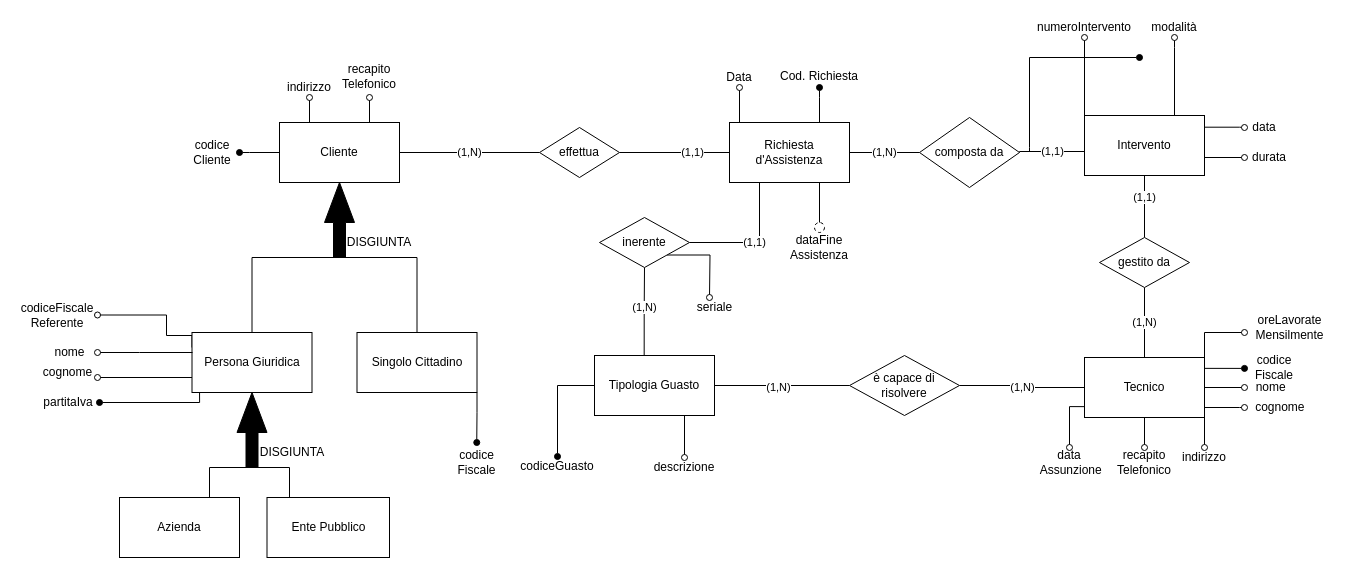
Before: Definitivo.drawio in GiovanniRaseraF/ProgettoBasiDiDatiLaboratorio, a draw.io diagram. Source tidied: cells renumbered, new cells numbered last; positions are measured from the earlier drawing's top-left corner, leaving out a move shared by most shapes. Both pictures are drawn from the tidied source at 100%, with x=0, y=0 at pixel (17, 17).
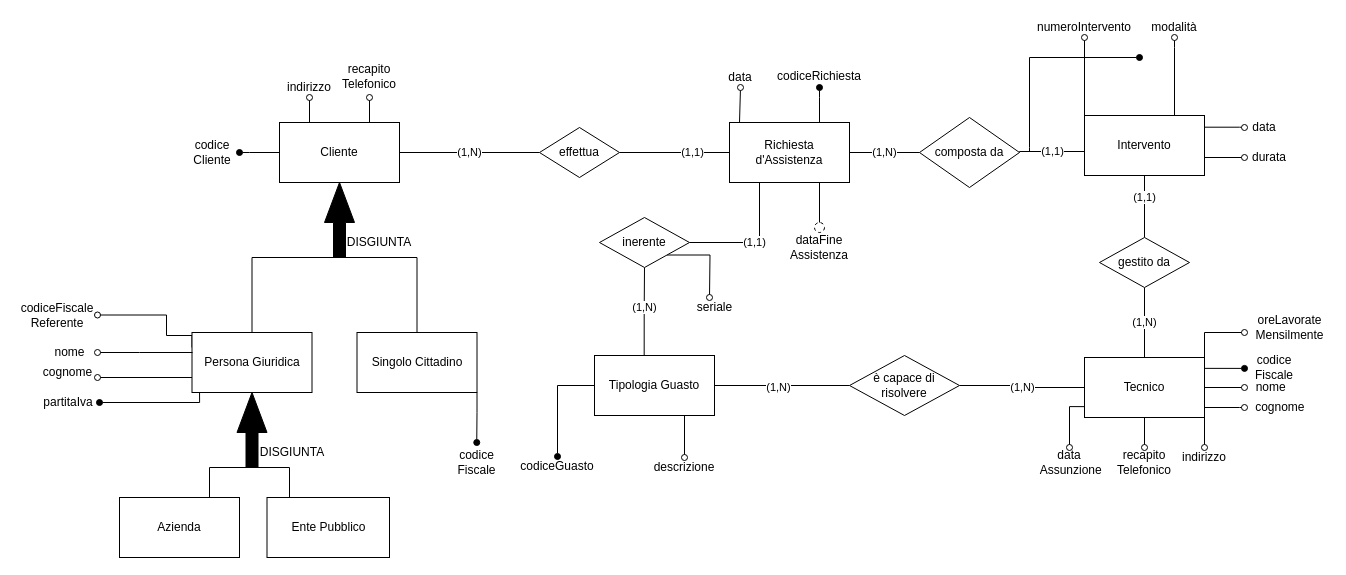
Above is the later version.

Change to the diagram source:
```diff
@@
-    <mxCell id="54" value="Cod. Richiesta" style="text;html=1;strokeColor=none;fillColor=none;align=center;verticalAlign=middle;whiteSpace=wrap;rounded=0;" parent="1" vertex="1">
+    <mxCell id="54" value="codiceRichiesta" style="text;html=1;strokeColor=none;fillColor=none;align=center;verticalAlign=middle;whiteSpace=wrap;rounded=0;" parent="1" vertex="1">
       <mxGeometry x="752" y="43.8" width="100" height="30" as="geometry" />
     </mxCell>
@@
-    <mxCell id="56" value="Data" style="text;html=1;strokeColor=none;fillColor=none;align=center;verticalAlign=middle;whiteSpace=wrap;rounded=0;" parent="1" vertex="1">
-      <mxGeometry x="702" y="50" width="40" height="20" as="geometry" />
+    <mxCell id="56" value="data" style="text;html=1;strokeColor=none;fillColor=none;align=center;verticalAlign=middle;whiteSpace=wrap;rounded=0;" parent="1" vertex="1">
+      <mxGeometry x="703" y="50" width="40" height="20" as="geometry" />
     </mxCell>
```
